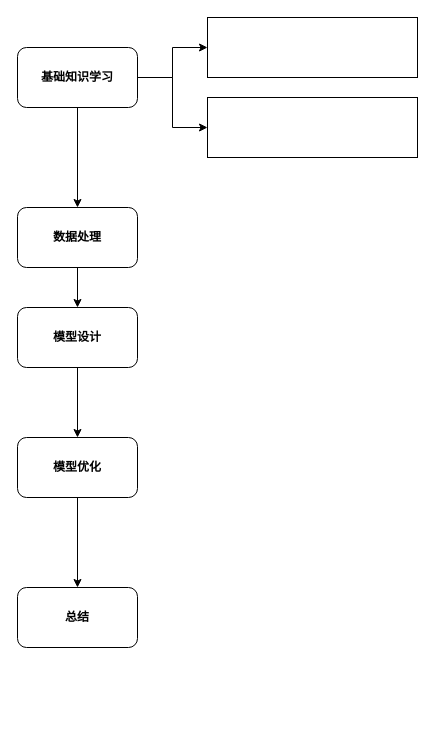
The draw.io diagram Untitled Diagram.drawio in zhou-ning/Diagrams, before the edit. Source tidied: cells renumbered, new cells numbered last; positions are measured from the earlier drawing's top-left corner, leaving out a move shared by most shapes. Both pictures are drawn from the tidied source at 100%, with x=0, y=0 at pixel (17, 17).
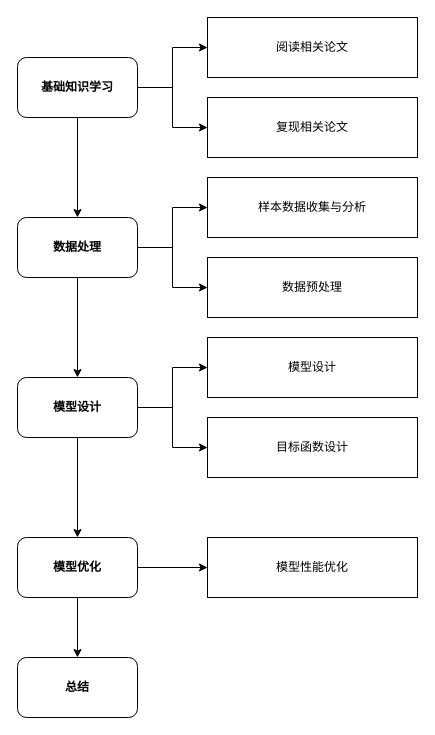
After the change.

Diff of the diagram source:
```diff
@@
     <mxCell id="5" value="&lt;b&gt;基础知识学习&lt;/b&gt;" style="rounded=1;whiteSpace=wrap;html=1;" parent="1" vertex="1">
-      <mxGeometry y="30" width="120" height="60" as="geometry" />
+      <mxGeometry y="40" width="120" height="60" as="geometry" />
     </mxCell>
@@
+    <mxCell id="15" style="edgeStyle=orthogonalEdgeStyle;rounded=0;jettySize=auto;html=1;entryX=0;entryY=0.5;entryDx=0;entryDy=0;" parent="1" edge="1" source="7" target="20">
+      <mxGeometry relative="1" as="geometry" />
+    </mxCell>
+    <mxCell id="16" style="edgeStyle=orthogonalEdgeStyle;rounded=0;jettySize=auto;html=1;entryX=0;entryY=0.5;entryDx=0;entryDy=0;" parent="1" edge="1" source="7" target="21">
+      <mxGeometry relative="1" as="geometry" />
+    </mxCell>
     <mxCell id="7" value="&lt;b&gt;数据处理&lt;/b&gt;" style="rounded=1;whiteSpace=wrap;html=1;" parent="1" vertex="1">
-      <mxGeometry y="190" width="120" height="60" as="geometry" />
+      <mxGeometry y="200" width="120" height="60" as="geometry" />
     </mxCell>
@@
+    <mxCell id="17" style="edgeStyle=orthogonalEdgeStyle;rounded=0;jettySize=auto;html=1;entryX=0;entryY=0.5;entryDx=0;entryDy=0;" parent="1" edge="1" source="9" target="22">
+      <mxGeometry relative="1" as="geometry" />
+    </mxCell>
+    <mxCell id="18" style="edgeStyle=orthogonalEdgeStyle;rounded=0;jettySize=auto;html=1;" parent="1" edge="1" source="9" target="23">
+      <mxGeometry relative="1" as="geometry" />
+    </mxCell>
     <mxCell id="9" value="&lt;b&gt;模型设计&lt;/b&gt;" style="rounded=1;whiteSpace=wrap;html=1;" parent="1" vertex="1">
-      <mxGeometry y="290" width="120" height="60" as="geometry" />
+      <mxGeometry y="360" width="120" height="60" as="geometry" />
     </mxCell>
@@
+    <mxCell id="19" style="edgeStyle=orthogonalEdgeStyle;rounded=0;jettySize=auto;html=1;" parent="1" edge="1" source="11" target="24">
+      <mxGeometry relative="1" as="geometry" />
+    </mxCell>
     <mxCell id="11" value="&lt;b&gt;模型优化&lt;/b&gt;" style="rounded=1;whiteSpace=wrap;html=1;" parent="1" vertex="1">
-      <mxGeometry y="420" width="120" height="60" as="geometry" />
+      <mxGeometry y="520" width="120" height="60" as="geometry" />
     </mxCell>
     <mxCell id="12" value="&lt;b&gt;总结&lt;/b&gt;" style="rounded=1;whiteSpace=wrap;html=1;" parent="1" vertex="1">
-      <mxGeometry y="570" width="120" height="60" as="geometry" />
+      <mxGeometry y="640" width="120" height="60" as="geometry" />
     </mxCell>
-    <mxCell id="13" style="rounded=0;whiteSpace=wrap;html=1;" parent="1" vertex="1">
+    <mxCell id="13" value="阅读相关论文" style="rounded=0;whiteSpace=wrap;html=1;" parent="1" vertex="1">
       <mxGeometry x="190" width="210" height="60" as="geometry" />
     </mxCell>
-    <mxCell id="14" style="rounded=0;whiteSpace=wrap;html=1;" parent="1" vertex="1">
+    <mxCell id="14" value="复现相关论文" style="rounded=0;whiteSpace=wrap;html=1;" parent="1" vertex="1">
       <mxGeometry x="190" y="80" width="210" height="60" as="geometry" />
     </mxCell>
+    <mxCell id="20" value="样本数据收集与分析" style="rounded=0;whiteSpace=wrap;html=1;" parent="1" vertex="1">
+      <mxGeometry x="190" y="160" width="210" height="60" as="geometry" />
+    </mxCell>
+    <mxCell id="21" value="数据预处理" style="rounded=0;whiteSpace=wrap;html=1;" parent="1" vertex="1">
+      <mxGeometry x="190" y="240" width="210" height="60" as="geometry" />
+    </mxCell>
+    <mxCell id="22" value="模型设计" style="rounded=0;whiteSpace=wrap;html=1;" parent="1" vertex="1">
+      <mxGeometry x="190" y="320" width="210" height="60" as="geometry" />
+    </mxCell>
+    <mxCell id="23" value="目标函数设计" style="rounded=0;whiteSpace=wrap;html=1;" parent="1" vertex="1">
+      <mxGeometry x="190" y="400" width="210" height="60" as="geometry" />
+    </mxCell>
+    <mxCell id="24" value="模型性能优化" style="rounded=0;whiteSpace=wrap;html=1;" parent="1" vertex="1">
+      <mxGeometry x="190" y="520" width="210" height="60" as="geometry" />
+    </mxCell>
```
